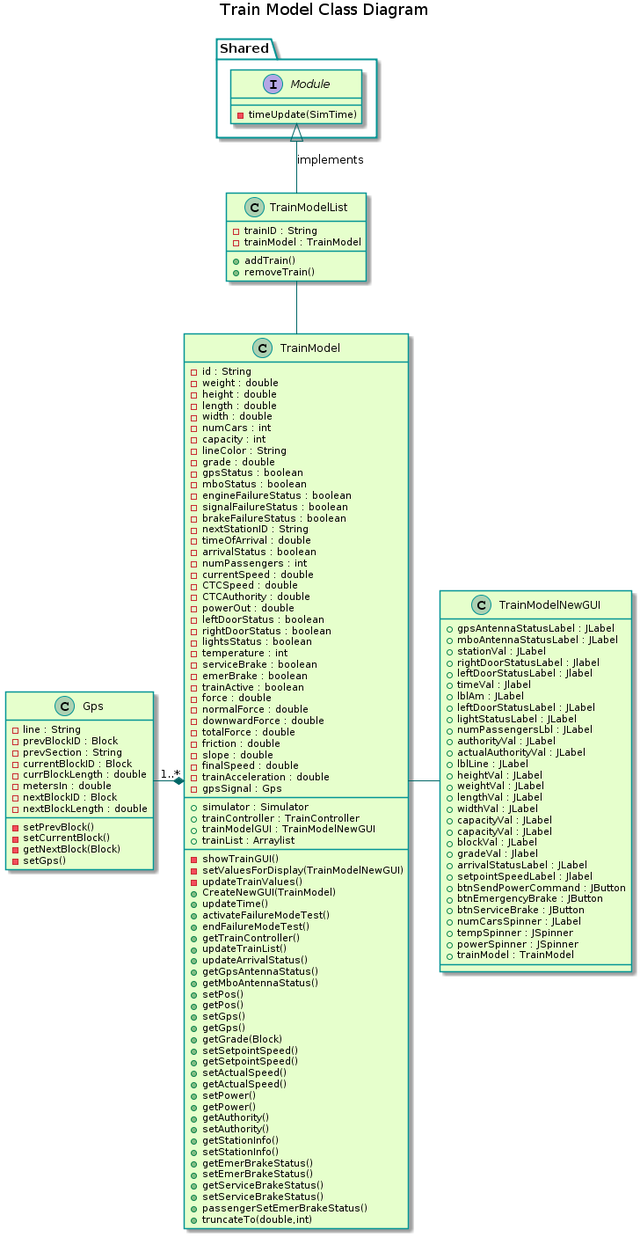
Earlier version of the PlantUML export TrainSystem/yUML/Class Diagrams/TrainModelClassDiagram.png (kevingilboy/COE1186).
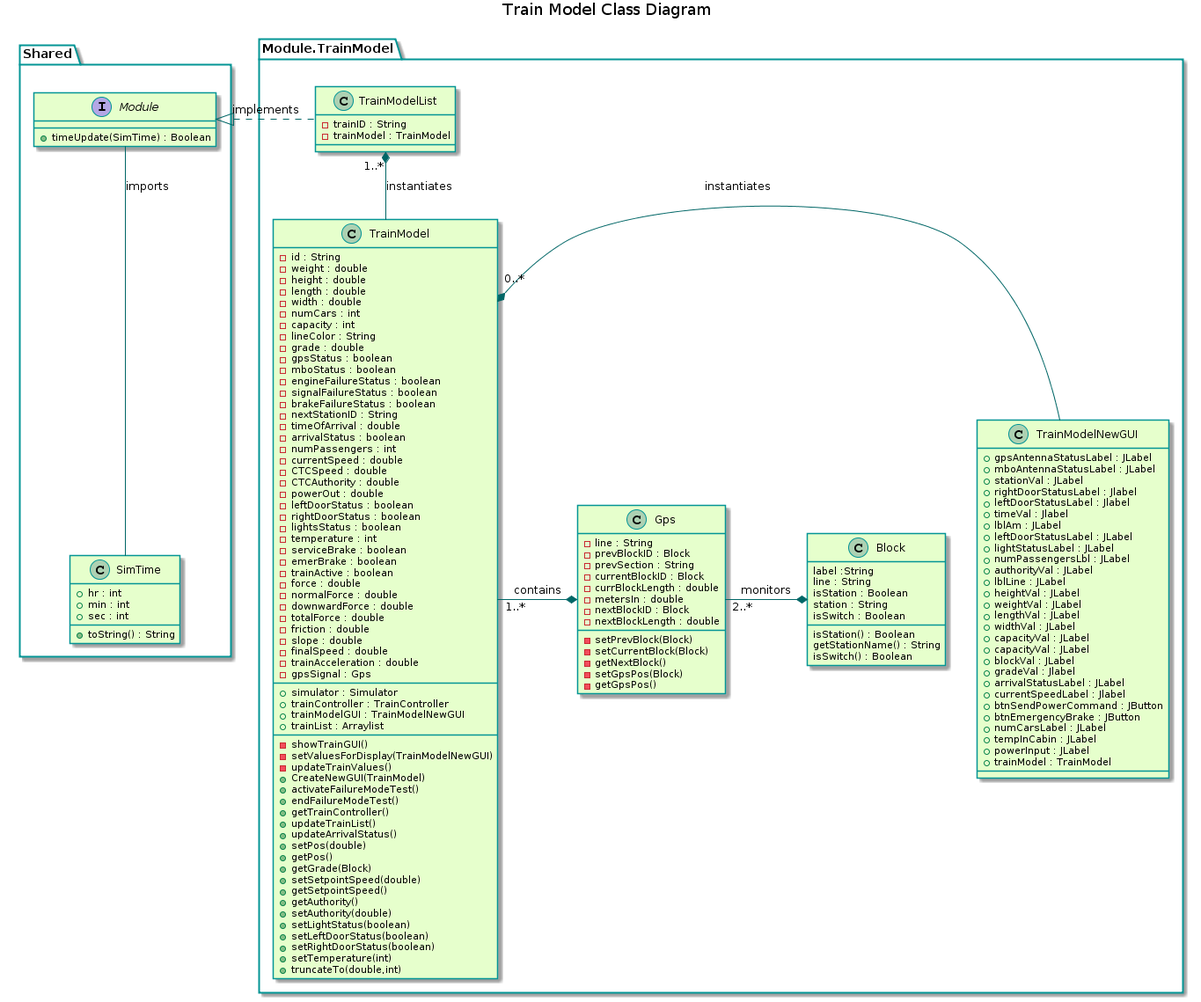
The same file after the commit.

Commit message:
Update class diagram code and image

The edit, as a diff of the source:
```diff
@@ -5,150 +5,157 @@
 skinparam packageBorderCOlor  #049595
 skinparam arrowColor #006666
 
-package "Shared"{
-    interface Module{
-        -timeUpdate(SimTime)
+package Shared{
+  interface Module{
+    +timeUpdate(SimTime) : Boolean
+  }
+  class SimTime{
+    +hr : int
+    +min : int
+    +sec : int
+    +toString() : String
+  }
+}
+package Module.TrainModel {
+    class TrainModelList {
+        -trainID : String
+        -trainModel : TrainModel
+    }
+
+    class TrainModel {
+        -id : String
+        -weight : double
+        -height : double
+        -length : double
+        -width : double
+        -numCars : int
+        -capacity : int
+        -lineColor : String
+        -grade : double
+        -gpsStatus : boolean
+        -mboStatus : boolean
+        -engineFailureStatus : boolean
+        -signalFailureStatus : boolean
+        -brakeFailureStatus : boolean
+        -nextStationID : String
+        -timeOfArrival : double
+        -arrivalStatus : boolean
+        -numPassengers : int
+        -currentSpeed : double
+        -CTCSpeed : double
+        -CTCAuthority : double
+        -powerOut : double
+        -leftDoorStatus : boolean
+        -rightDoorStatus : boolean
+        -lightsStatus : boolean
+        -temperature : int
+        -serviceBrake : boolean
+        -emerBrake : boolean
+        -trainActive : boolean
+        -force : double
+        -normalForce : double
+        -downwardForce : double
+        -totalForce : double
+        -friction : double
+        -slope : double
+        -finalSpeed : double
+        -trainAcceleration : double
+        -gpsSignal : Gps
+        __
+        +simulator : Simulator
+        +trainController : TrainController
+        +trainModelGUI : TrainModelNewGUI
+        +trainList : Arraylist
+        __
+        -showTrainGUI()
+        -setValuesForDisplay(TrainModelNewGUI)
+        -updateTrainValues()
+        +CreateNewGUI(TrainModel)
+        +activateFailureModeTest()
+        +endFailureModeTest()
+        +getTrainController()
+        +updateTrainList()
+        +updateArrivalStatus()
+        +setPos(double)
+        +getPos()
+        +getGrade(Block)
+        +setSetpointSpeed(double)
+        +getSetpointSpeed()
+        +getAuthority()
+        +setAuthority(double)
+        +setLightStatus(boolean)
+        +setLeftDoorStatus(boolean)
+        +setRightDoorStatus(boolean)
+        +setTemperature(int)
+        +truncateTo(double?int)
+    }
+
+    class Gps{
+        -line : String
+        -prevBlockID : Block
+        -prevSection : String
+        -currentBlockID : Block
+        -currBlockLength : double
+        -metersIn : double
+        -nextBlockID : Block
+        -nextBlockLength : double
+        __
+        -setPrevBlock(Block)
+        -setCurrentBlock(Block)
+        -getNextBlock()
+        -setGpsPos(Block)
+        -getGpsPos()
+    }
+
+    class Block{
+        label :String
+        line : String
+        isStation : Boolean
+        station : String
+        isSwitch : Boolean
+        isStation() : Boolean
+        getStationName() : String
+        isSwitch() : Boolean
+    }
+
+    class TrainModelNewGUI{
+        +gpsAntennaStatusLabel : JLabel
+        +mboAntennaStatusLabel : JLabel
+        +stationVal : JLabel
+        +rightDoorStatusLabel : Jlabel
+        +leftDoorStatusLabel : Jlabel
+        +timeVal : Jlabel
+        +lblAm : JLabel
+        +leftDoorStatusLabel : JLabel
+        +lightStatusLabel : JLabel
+        +numPassengersLbl : JLabel
+        +authorityVal : JLabel
+        +lblLine : JLabel
+        +heightVal : JLabel
+        +weightVal : JLabel
+        +lengthVal : JLabel
+        +widthVal : JLabel
+        +capacityVal : JLabel
+        +capacityVal : JLabel
+        +blockVal : JLabel
+        +gradeVal : Jlabel
+        +arrivalStatusLabel : JLabel
+        +currentSpeedLabel : Jlabel
+        +btnSendPowerCommand : JButton
+        +btnEmergencyBrake : JButton
+        +numCarsLabel : JLabel
+        +tempInCabin : JLabel
+        +powerInput : JLabel
+        +trainModel : TrainModel
     }
 }
 
-class TrainModelList {
-    -trainID : String
-    -trainModel : TrainModel
-    +addTrain()
-    +removeTrain()
-}
+Module--SimTime : imports
 
-class TrainModel {
-    -id : String
-    -weight : double
-    -height : double
-    -length : double
-    -width : double
-    -numCars : int
-    -capacity : int
-    -lineColor : String
-    -grade : double
-    -gpsStatus : boolean
-    -mboStatus : boolean
-    -engineFailureStatus : boolean
-    -signalFailureStatus : boolean
-    -brakeFailureStatus : boolean
-    -nextStationID : String
-    -timeOfArrival : double
-    -arrivalStatus : boolean
-    -numPassengers : int
-    -currentSpeed : double
-    -CTCSpeed : double
-    -CTCAuthority : double
-    -powerOut : double
-    -leftDoorStatus : boolean
-    -rightDoorStatus : boolean
-    -lightsStatus : boolean
-    -temperature : int
-    -serviceBrake : boolean
-    -emerBrake : boolean
-    -trainActive : boolean
-    -force : double
-    -normalForce : double
-    -downwardForce : double
-    -totalForce : double
-    -friction : double
-    -slope : double
-    -finalSpeed : double
-    -trainAcceleration : double
-    -gpsSignal : Gps
-    __
-    +simulator : Simulator
-    +trainController : TrainController
-    +trainModelGUI : TrainModelNewGUI
-    +trainList : Arraylist
-    __
-    -showTrainGUI()
-    -setValuesForDisplay(TrainModelNewGUI)
-    -updateTrainValues()
-    +CreateNewGUI(TrainModel)
-    +updateTime()
-    +activateFailureModeTest()
-    +endFailureModeTest()
-    +getTrainController()
-    +updateTrainList()
-    +updateArrivalStatus()
-    +getGpsAntennaStatus()
-    +getMboAntennaStatus()
-    +setPos()
-    +getPos()
-    +setGps()
-    +getGps()
-    +getGrade(Block)
-    +setSetpointSpeed()
-    +getSetpointSpeed()
-    +setActualSpeed()
-    +getActualSpeed()
-    +setPower()
-    +getPower()
-    +getAuthority()
-    +setAuthority()
-    +getStationInfo()
-    +setStationInfo()
-    +getEmerBrakeStatus()
-    +setEmerBrakeStatus()
-    +getServiceBrakeStatus()
-    +setServiceBrakeStatus()
-    +passengerSetEmerBrakeStatus()
-    +truncateTo(double?int)
-}
+Module <|. TrainModelList : implements
 
-class Gps{
-    -line : String
-    -prevBlockID : Block
-    -prevSection : String
-    -currentBlockID : Block
-    -currBlockLength : double
-    -metersIn : double
-    -nextBlockID : Block
-    -nextBlockLength : double
-    __
-    -setPrevBlock()
-    -setCurrentBlock()
-    -getNextBlock(Block)
-    -setGps()
-}
-
-class TrainModelNewGUI{
-    +gpsAntennaStatusLabel : JLabel
-    +mboAntennaStatusLabel : JLabel
-    +stationVal : JLabel
-    +rightDoorStatusLabel : Jlabel
-    +leftDoorStatusLabel : Jlabel
-    +timeVal : Jlabel
-    +lblAm : JLabel
-    +leftDoorStatusLabel : JLabel
-    +lightStatusLabel : JLabel
-    +numPassengersLbl : JLabel
-    +authorityVal : JLabel
-    +actualAuthorityVal : JLabel
-    +lblLine : JLabel
-    +heightVal : JLabel
-    +weightVal : JLabel
-    +lengthVal : JLabel
-    +widthVal : JLabel
-    +capacityVal : JLabel
-    +capacityVal : JLabel
-    +blockVal : JLabel
-    +gradeVal : Jlabel
-    +arrivalStatusLabel : JLabel
-    +setpointSpeedLabel : Jlabel
-    +btnSendPowerCommand : JButton
-    +btnEmergencyBrake : JButton
-    +btnServiceBrake : JButton
-    +numCarsSpinner : JLabel
-    +tempSpinner : JSpinner
-    +powerSpinner : JSpinner
-    +trainModel : TrainModel
-}
-
-Module <|-- TrainModelList : implements
-TrainModelList -down- TrainModel
-Gps "1..*"-* TrainModel
-TrainModel - TrainModelNewGUI
+TrainModelList "1..*"*-down- TrainModel : instantiates
+TrainModel "0..*"*- TrainModelNewGUI : instantiates
+TrainModel "1..*"-* Gps : contains
+Gps "2..*"-* Block : monitors
 @enduml
```
